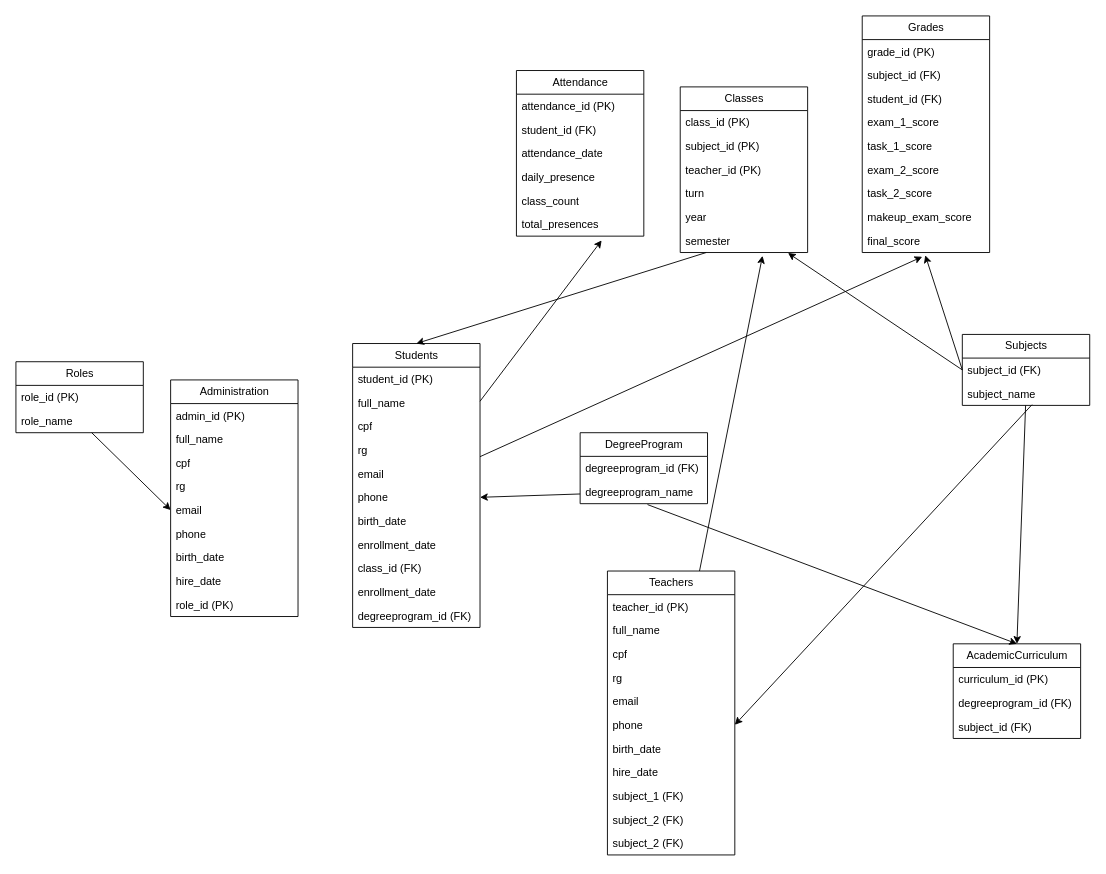
Above: diagrama_entidade_relacionamento.drawio in unHappyDev/PIF (draw.io), before the change. Source tidied: cells renumbered, new cells numbered last; positions are measured from the earlier drawing's top-left corner, leaving out a move shared by most shapes. Both pictures are drawn from the tidied source at 91%, with x=0, y=0 at pixel (15, 15).
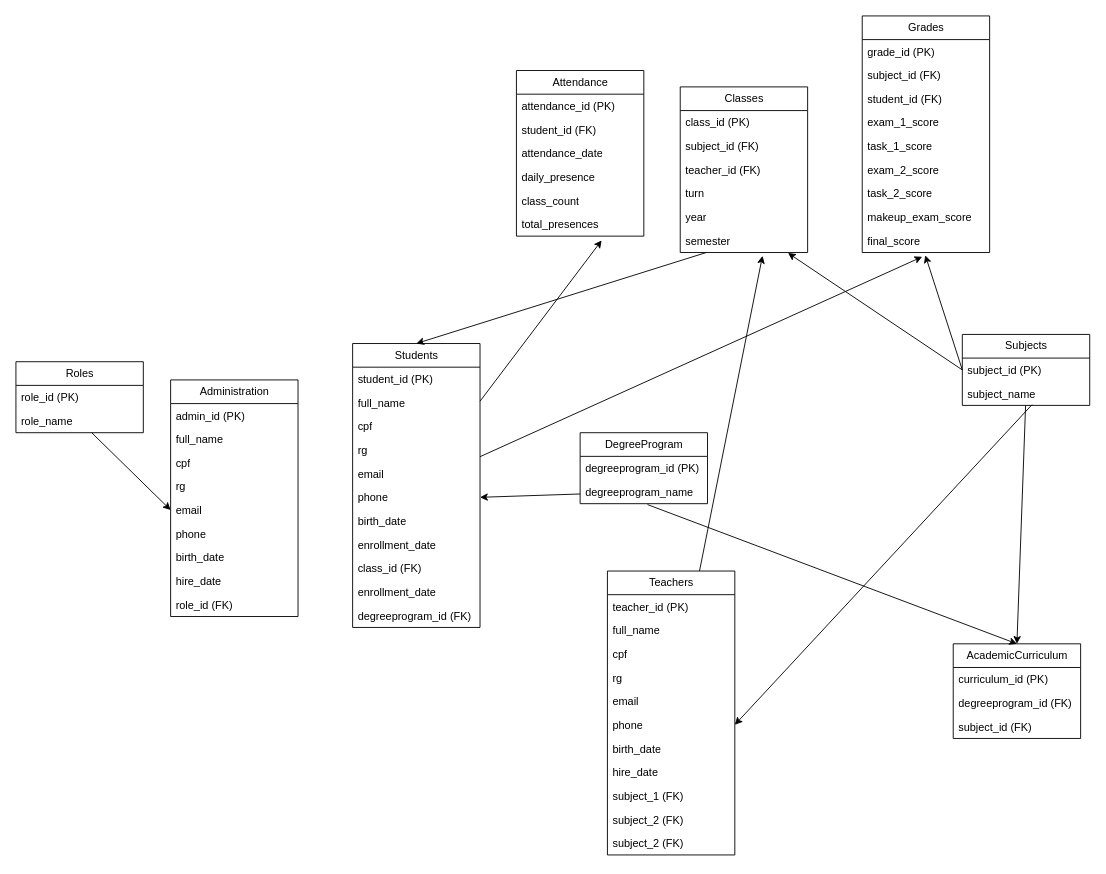
After the change.

The change refers to these unchanged cells:
```xml
<mxCell id="26" value="Administration" style="swimlane;fontStyle=0;horizontal=1;startSize=26;fillColor=none;html=1;" parent="1" vertex="1">
  <mxGeometry x="170" y="400" width="140" height="260" as="geometry" />
</mxCell>
<mxCell id="36" value="Classes" style="swimlane;fontStyle=0;horizontal=1;startSize=26;fillColor=none;html=1;" parent="1" vertex="1">
  <mxGeometry x="730" y="78" width="140" height="182" as="geometry" />
</mxCell>
<mxCell id="60" value="Subjects" style="swimlane;fontStyle=0;horizontal=1;startSize=26;fillColor=none;html=1;" parent="1" vertex="1">
  <mxGeometry x="1040" y="350" width="140" height="78" as="geometry" />
</mxCell>
<mxCell id="63" value="DegreeProgram" style="swimlane;fontStyle=0;horizontal=1;startSize=26;fillColor=none;html=1;" parent="1" vertex="1">
  <mxGeometry x="620" y="458" width="140" height="78" as="geometry" />
</mxCell>
```

Diff of the diagram source:
```diff
@@
-    <mxCell id="35" value="role_id (PK)" style="text;strokeColor=none;fillColor=none;align=left;verticalAlign=top;spacingLeft=4;spacingRight=4;overflow=hidden;whiteSpace=wrap;html=1;" parent="26" vertex="1">
+    <mxCell id="35" value="role_id (FK)" style="text;strokeColor=none;fillColor=none;align=left;verticalAlign=top;spacingLeft=4;spacingRight=4;overflow=hidden;whiteSpace=wrap;html=1;" parent="26" vertex="1">
       <mxGeometry y="234" width="140" height="26" as="geometry" />
     </mxCell>
@@
-    <mxCell id="38" value="subject_id (PK)" style="text;strokeColor=none;fillColor=none;align=left;verticalAlign=top;spacingLeft=4;spacingRight=4;overflow=hidden;whiteSpace=wrap;html=1;" parent="36" vertex="1">
+    <mxCell id="38" value="subject_id (FK)" style="text;strokeColor=none;fillColor=none;align=left;verticalAlign=top;spacingLeft=4;spacingRight=4;overflow=hidden;whiteSpace=wrap;html=1;" parent="36" vertex="1">
       <mxGeometry y="52" width="140" height="26" as="geometry" />
     </mxCell>
-    <mxCell id="39" value="teacher_id (PK)" style="text;strokeColor=none;fillColor=none;align=left;verticalAlign=top;spacingLeft=4;spacingRight=4;overflow=hidden;whiteSpace=wrap;html=1;" parent="36" vertex="1">
+    <mxCell id="39" value="teacher_id (FK)" style="text;strokeColor=none;fillColor=none;align=left;verticalAlign=top;spacingLeft=4;spacingRight=4;overflow=hidden;whiteSpace=wrap;html=1;" parent="36" vertex="1">
       <mxGeometry y="78" width="140" height="26" as="geometry" />
     </mxCell>
@@
-    <mxCell id="61" value="subject_id (FK)" style="text;strokeColor=none;fillColor=none;align=left;verticalAlign=top;spacingLeft=4;spacingRight=4;overflow=hidden;points=[[0,0.5],[1,0.5]];portConstraint=eastwest;whiteSpace=wrap;html=1;" parent="60" vertex="1">
+    <mxCell id="61" value="subject_id (PK)" style="text;strokeColor=none;fillColor=none;align=left;verticalAlign=top;spacingLeft=4;spacingRight=4;overflow=hidden;points=[[0,0.5],[1,0.5]];portConstraint=eastwest;whiteSpace=wrap;html=1;" parent="60" vertex="1">
       <mxGeometry y="26" width="140" height="26" as="geometry" />
     </mxCell>
@@
-    <mxCell id="64" value="degreeprogram_id (FK)" style="text;strokeColor=none;fillColor=none;align=left;verticalAlign=top;spacingLeft=4;spacingRight=4;overflow=hidden;whiteSpace=wrap;html=1;" parent="63" vertex="1">
+    <mxCell id="64" value="degreeprogram_id (PK)" style="text;strokeColor=none;fillColor=none;align=left;verticalAlign=top;spacingLeft=4;spacingRight=4;overflow=hidden;whiteSpace=wrap;html=1;" parent="63" vertex="1">
       <mxGeometry y="26" width="140" height="26" as="geometry" />
     </mxCell>
```
